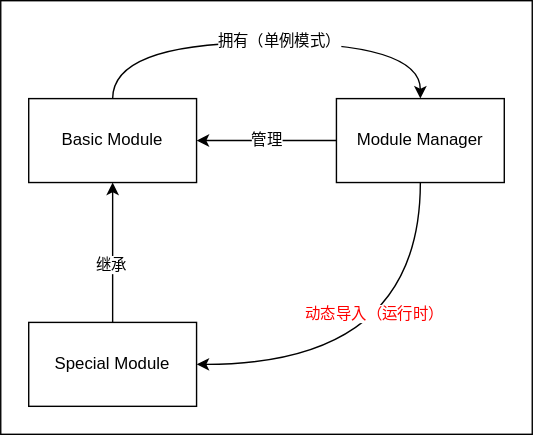
Before: structure/img/modular.svg, a diagram exported from draw.io (sse-digital-man/sysu-introducer-wiki). Source tidied: cells renumbered, new cells last; positions are measured from the earlier drawing's top-left corner, leaving out a move shared by most shapes. Its diagram source:
```xml
<mxGraphModel>
  <root>
    <mxCell id="0" />
    <mxCell id="1" parent="0" />
    <mxCell id="2" value="&lt;div&gt;&lt;br&gt;&lt;/div&gt;" style="rounded=0;whiteSpace=wrap;html=1;" parent="1" vertex="1">
      <mxGeometry width="380" height="310" as="geometry" />
    </mxCell>
    <mxCell id="3" style="edgeStyle=orthogonalEdgeStyle;rounded=0;jettySize=auto;html=1;" parent="1" edge="1" source="5" target="8">
      <mxGeometry relative="1" as="geometry" />
    </mxCell>
    <mxCell id="4" value="继承" style="edgeLabel;html=1;align=center;verticalAlign=middle;" parent="3" vertex="1">
      <mxGeometry x="-0.17" y="1" relative="1" as="geometry" />
    </mxCell>
    <mxCell id="5" value="Special Module" style="rounded=0;whiteSpace=wrap;html=1;" parent="1" vertex="1">
      <mxGeometry x="20" y="230" width="120" height="60" as="geometry" />
    </mxCell>
    <mxCell id="6" style="edgeStyle=orthogonalEdgeStyle;rounded=0;jettySize=auto;html=1;exitX=0.5;exitY=0;exitDx=0;exitDy=0;entryX=0.5;entryY=0;entryDx=0;entryDy=0;curved=1;" parent="1" edge="1" source="8" target="13">
      <mxGeometry relative="1" as="geometry">
        <Array as="points">
          <mxPoint x="80" y="30" />
          <mxPoint x="300" y="30" />
        </Array>
      </mxGeometry>
    </mxCell>
    <mxCell id="7" value="拥有（单例模式）" style="edgeLabel;html=1;align=center;verticalAlign=middle;" parent="6" vertex="1">
      <mxGeometry x="0.06" y="1" relative="1" as="geometry" />
    </mxCell>
    <mxCell id="8" value="Basic Module" style="rounded=0;whiteSpace=wrap;html=1;" parent="1" vertex="1">
      <mxGeometry x="20" y="70" width="120" height="60" as="geometry" />
    </mxCell>
    <mxCell id="9" style="edgeStyle=orthogonalEdgeStyle;rounded=0;jettySize=auto;html=1;exitX=0.5;exitY=1;exitDx=0;exitDy=0;entryX=1;entryY=0.5;entryDx=0;entryDy=0;curved=1;" parent="1" edge="1" source="13" target="5">
      <mxGeometry relative="1" as="geometry" />
    </mxCell>
    <mxCell id="10" value="动态导入（运行时）" style="edgeLabel;html=1;align=center;verticalAlign=middle;fontColor=#ff0000;" parent="9" vertex="1">
      <mxGeometry x="-0.35" y="-33" relative="1" as="geometry" />
    </mxCell>
    <mxCell id="11" style="edgeStyle=orthogonalEdgeStyle;rounded=0;jettySize=auto;html=1;" parent="1" edge="1" source="13" target="8">
      <mxGeometry relative="1" as="geometry" />
    </mxCell>
    <mxCell id="12" value="管理" style="edgeLabel;html=1;align=center;verticalAlign=middle;points=[];" parent="11" vertex="1">
      <mxGeometry x="0.12" y="3" relative="1" as="geometry">
        <mxPoint x="6" y="-3" as="offset" />
      </mxGeometry>
    </mxCell>
    <mxCell id="13" value="Module Manager" style="rounded=0;whiteSpace=wrap;html=1;" parent="1" vertex="1">
      <mxGeometry x="240" y="70" width="120" height="60" as="geometry" />
    </mxCell>
  </root>
</mxGraphModel>
```
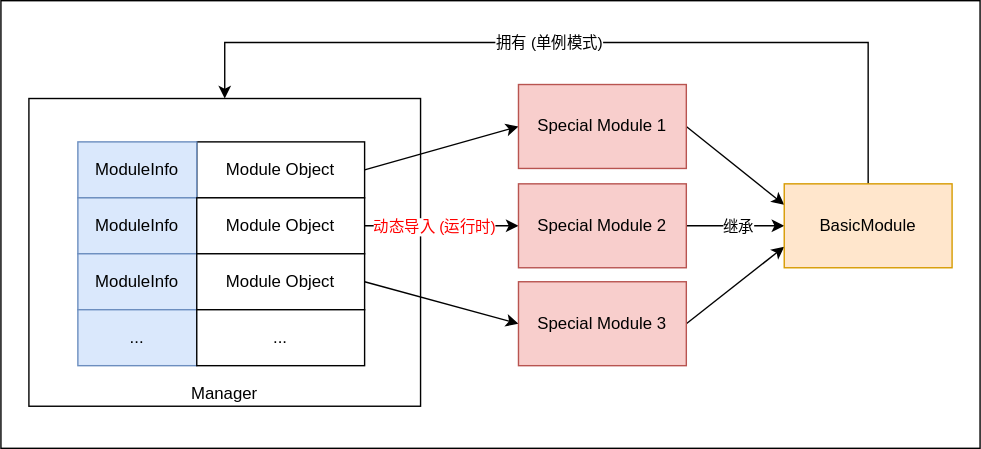
After the commit.

Commit message:
feat: perfect the concept of modular

What changed in the source:
```diff
@@ -2,48 +2,86 @@
   <root>
     <mxCell id="0" />
     <mxCell id="1" parent="0" />
-    <mxCell id="2" value="&lt;div&gt;&lt;br&gt;&lt;/div&gt;" style="rounded=0;whiteSpace=wrap;html=1;" parent="1" vertex="1">
-      <mxGeometry width="380" height="310" as="geometry" />
+    <mxCell id="2" style="rounded=0;whiteSpace=wrap;html=1;" parent="1" vertex="1">
+      <mxGeometry x="-120" y="630" width="700" height="320" as="geometry" />
     </mxCell>
-    <mxCell id="3" style="edgeStyle=orthogonalEdgeStyle;rounded=0;jettySize=auto;html=1;" parent="1" edge="1" source="5" target="8">
-      <mxGeometry relative="1" as="geometry" />
+    <mxCell id="3" value="Manager" style="rounded=0;whiteSpace=wrap;html=1;verticalAlign=bottom;labelBackgroundColor=none;textShadow=0;flipH=1;" parent="1" vertex="1">
+      <mxGeometry x="-100" y="699.9" width="280" height="220" as="geometry" />
     </mxCell>
-    <mxCell id="4" value="继承" style="edgeLabel;html=1;align=center;verticalAlign=middle;" parent="3" vertex="1">
-      <mxGeometry x="-0.17" y="1" relative="1" as="geometry" />
+    <mxCell id="4" style="rounded=0;jettySize=auto;html=1;exitX=1;exitY=0.5;exitDx=0;exitDy=0;entryX=0;entryY=0.5;entryDx=0;entryDy=0;" parent="1" edge="1" source="5" target="17">
+      <mxGeometry relative="1" as="geometry" />
     </mxCell>
-    <mxCell id="5" value="Special Module" style="rounded=0;whiteSpace=wrap;html=1;" parent="1" vertex="1">
-      <mxGeometry x="20" y="230" width="120" height="60" as="geometry" />
+    <mxCell id="5" value="Module Object" style="rounded=0;whiteSpace=wrap;html=1;" parent="1" vertex="1">
+      <mxGeometry x="20" y="730.9" width="120" height="40" as="geometry" />
     </mxCell>
-    <mxCell id="6" style="edgeStyle=orthogonalEdgeStyle;rounded=0;jettySize=auto;html=1;exitX=0.5;exitY=0;exitDx=0;exitDy=0;entryX=0.5;entryY=0;entryDx=0;entryDy=0;curved=1;" parent="1" edge="1" source="8" target="13">
-      <mxGeometry relative="1" as="geometry">
-        <Array as="points">
-          <mxPoint x="80" y="30" />
-          <mxPoint x="300" y="30" />
-        </Array>
-      </mxGeometry>
+    <mxCell id="6" value="ModuleInfo" style="rounded=0;whiteSpace=wrap;html=1;fillColor=#dae8fc;strokeColor=#6c8ebf;" parent="1" vertex="1">
+      <mxGeometry x="-65" y="730.9" width="85" height="40" as="geometry" />
     </mxCell>
-    <mxCell id="7" value="拥有（单例模式）" style="edgeLabel;html=1;align=center;verticalAlign=middle;" parent="6" vertex="1">
-      <mxGeometry x="0.06" y="1" relative="1" as="geometry" />
+    <mxCell id="7" value="ModuleInfo" style="rounded=0;whiteSpace=wrap;html=1;fillColor=#dae8fc;strokeColor=#6c8ebf;" parent="1" vertex="1">
+      <mxGeometry x="-65" y="770.9" width="85" height="40" as="geometry" />
     </mxCell>
-    <mxCell id="8" value="Basic Module" style="rounded=0;whiteSpace=wrap;html=1;" parent="1" vertex="1">
-      <mxGeometry x="20" y="70" width="120" height="60" as="geometry" />
+    <mxCell id="8" value="ModuleInfo" style="rounded=0;whiteSpace=wrap;html=1;fillColor=#dae8fc;strokeColor=#6c8ebf;" parent="1" vertex="1">
+      <mxGeometry x="-65" y="810.9" width="85" height="40" as="geometry" />
     </mxCell>
-    <mxCell id="9" style="edgeStyle=orthogonalEdgeStyle;rounded=0;jettySize=auto;html=1;exitX=0.5;exitY=1;exitDx=0;exitDy=0;entryX=1;entryY=0.5;entryDx=0;entryDy=0;curved=1;" parent="1" edge="1" source="13" target="5">
-      <mxGeometry relative="1" as="geometry" />
+    <mxCell id="9" value="..." style="rounded=0;whiteSpace=wrap;html=1;fillColor=#dae8fc;strokeColor=#6c8ebf;" parent="1" vertex="1">
+      <mxGeometry x="-65" y="850.9" width="85" height="40" as="geometry" />
     </mxCell>
-    <mxCell id="10" value="动态导入（运行时）" style="edgeLabel;html=1;align=center;verticalAlign=middle;fontColor=#ff0000;" parent="9" vertex="1">
-      <mxGeometry x="-0.35" y="-33" relative="1" as="geometry" />
+    <mxCell id="10" style="edgeStyle=orthogonalEdgeStyle;rounded=0;jettySize=auto;html=1;exitX=1;exitY=0.5;exitDx=0;exitDy=0;entryX=0;entryY=0.5;entryDx=0;entryDy=0;" parent="1" edge="1" source="12" target="20">
+      <mxGeometry relative="1" as="geometry" />
     </mxCell>
-    <mxCell id="11" style="edgeStyle=orthogonalEdgeStyle;rounded=0;jettySize=auto;html=1;" parent="1" edge="1" source="13" target="8">
-      <mxGeometry relative="1" as="geometry" />
+    <mxCell id="11" value="&lt;font color=&quot;#ff0000&quot;&gt;动态导入 (运行时)&lt;/font&gt;" style="edgeLabel;html=1;align=center;verticalAlign=middle;" parent="10" vertex="1">
+      <mxGeometry x="0.29" y="1" relative="1" as="geometry">
+        <mxPoint x="-21" y="1" as="offset" />
+      </mxGeometry>
     </mxCell>
-    <mxCell id="12" value="管理" style="edgeLabel;html=1;align=center;verticalAlign=middle;points=[];" parent="11" vertex="1">
-      <mxGeometry x="0.12" y="3" relative="1" as="geometry">
-        <mxPoint x="6" y="-3" as="offset" />
-      </mxGeometry>
+    <mxCell id="12" value="Module Object" style="rounded=0;whiteSpace=wrap;html=1;" parent="1" vertex="1">
+      <mxGeometry x="20" y="770.9" width="120" height="40" as="geometry" />
     </mxCell>
-    <mxCell id="13" value="Module Manager" style="rounded=0;whiteSpace=wrap;html=1;" parent="1" vertex="1">
-      <mxGeometry x="240" y="70" width="120" height="60" as="geometry" />
+    <mxCell id="13" style="rounded=0;jettySize=auto;html=1;exitX=1;exitY=0.5;exitDx=0;exitDy=0;entryX=0;entryY=0.5;entryDx=0;entryDy=0;" parent="1" edge="1" source="14" target="22">
+      <mxGeometry relative="1" as="geometry" />
     </mxCell>
+    <mxCell id="14" value="Module Object" style="rounded=0;whiteSpace=wrap;html=1;" parent="1" vertex="1">
+      <mxGeometry x="20" y="810.9" width="120" height="40" as="geometry" />
+    </mxCell>
+    <mxCell id="15" value="..." style="rounded=0;whiteSpace=wrap;html=1;" parent="1" vertex="1">
+      <mxGeometry x="20" y="850.9" width="120" height="40" as="geometry" />
+    </mxCell>
+    <mxCell id="16" style="rounded=0;jettySize=auto;html=1;exitX=1;exitY=0.5;exitDx=0;exitDy=0;entryX=0;entryY=0.25;entryDx=0;entryDy=0;" parent="1" edge="1" source="17" target="25">
+      <mxGeometry relative="1" as="geometry" />
+    </mxCell>
+    <mxCell id="17" value="Special Module 1" style="rounded=0;whiteSpace=wrap;html=1;fillColor=#f8cecc;strokeColor=#b85450;" parent="1" vertex="1">
+      <mxGeometry x="250" y="689.9" width="120" height="60" as="geometry" />
+    </mxCell>
+    <mxCell id="18" style="edgeStyle=orthogonalEdgeStyle;rounded=0;jettySize=auto;html=1;exitX=1;exitY=0.5;exitDx=0;exitDy=0;entryX=0;entryY=0.5;entryDx=0;entryDy=0;" parent="1" edge="1" source="20" target="25">
+      <mxGeometry relative="1" as="geometry" />
+    </mxCell>
+    <mxCell id="19" value="继承" style="edgeLabel;html=1;align=center;verticalAlign=middle;" parent="18" vertex="1">
+      <mxGeometry x="0.03" y="-1" relative="1" as="geometry">
+        <mxPoint y="-1" as="offset" />
+      </mxGeometry>
+    </mxCell>
+    <mxCell id="20" value="Special Module 2" style="rounded=0;whiteSpace=wrap;html=1;fillColor=#f8cecc;strokeColor=#b85450;" parent="1" vertex="1">
+      <mxGeometry x="250" y="760.9" width="120" height="60" as="geometry" />
+    </mxCell>
+    <mxCell id="21" style="rounded=0;jettySize=auto;html=1;exitX=1;exitY=0.5;exitDx=0;exitDy=0;entryX=0;entryY=0.75;entryDx=0;entryDy=0;" parent="1" edge="1" source="22" target="25">
+      <mxGeometry relative="1" as="geometry" />
+    </mxCell>
+    <mxCell id="22" value="Special Module 3" style="rounded=0;whiteSpace=wrap;html=1;fillColor=#f8cecc;strokeColor=#b85450;" parent="1" vertex="1">
+      <mxGeometry x="250" y="830.9" width="120" height="60" as="geometry" />
+    </mxCell>
+    <mxCell id="23" style="edgeStyle=orthogonalEdgeStyle;rounded=0;jettySize=auto;html=1;exitX=0.5;exitY=0;exitDx=0;exitDy=0;entryX=0.5;entryY=0;entryDx=0;entryDy=0;" parent="1" edge="1" source="25" target="3">
+      <mxGeometry relative="1" as="geometry">
+        <Array as="points">
+          <mxPoint x="500" y="659.9" />
+          <mxPoint x="40" y="659.9" />
+        </Array>
+      </mxGeometry>
+    </mxCell>
+    <mxCell id="24" value="拥有 (单例模式)" style="edgeLabel;html=1;align=center;verticalAlign=middle;" parent="23" vertex="1">
+      <mxGeometry x="0.1" y="-1" relative="1" as="geometry" />
+    </mxCell>
+    <mxCell id="25" value="BasicModule" style="rounded=0;whiteSpace=wrap;html=1;fillColor=#ffe6cc;strokeColor=#d79b00;" parent="1" vertex="1">
+      <mxGeometry x="440" y="760.9" width="120" height="60" as="geometry" />
+    </mxCell>
   </root>
 </mxGraphModel>
```
